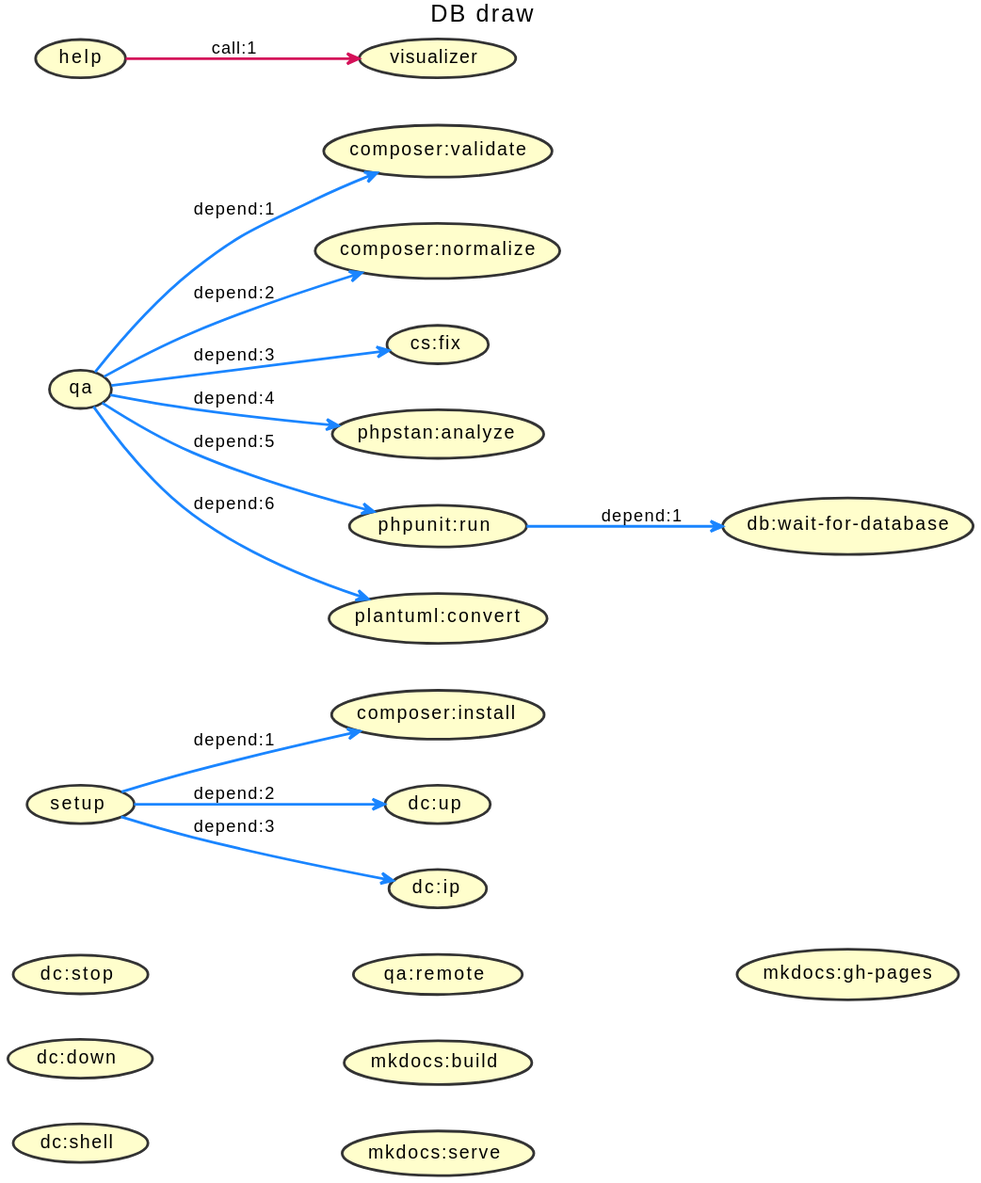
The PlantUML diagram images/build.svg in jawira/db-draw, before a commit. Its diagram source:
```plantuml
@startuml
title
DB draw
end title

left to right direction

skinparam Shadowing false
skinparam ArrowFontColor Black
skinparam ArrowThickness 2
skinparam UseCaseBackgroundColor #FFFECC
skinparam UseCaseBorderColor #333333
skinparam UseCaseBorderThickness 2
skinparam UseCaseFontColor Black


(setup) -[#1A85FF]-> (composer:install) : depend:1
(setup) -[#1A85FF]-> (dc:up) : depend:2
(setup) -[#1A85FF]-> (dc:ip) : depend:3
(qa) -[#1A85FF]-> (composer:validate) : depend:1
(qa) -[#1A85FF]-> (composer:normalize) : depend:2
(qa) -[#1A85FF]-> (cs:fix) : depend:3
(qa) -[#1A85FF]-> (phpstan:analyze) : depend:4
(qa) -[#1A85FF]-> (phpunit:run) : depend:5
(qa) -[#1A85FF]-> (plantuml:convert) : depend:6
(phpunit:run) -[#1A85FF]-> (db:wait-for-database) : depend:1
(help) -[#D41159]-> (visualizer) : call:1
(setup)
(qa)
(dc:up)
(dc:stop)
(dc:down)
(dc:ip)
(dc:shell)
(qa:remote)
(phpstan:analyze)
(composer:validate)
(composer:normalize)
(composer:install)
(plantuml:convert)
(phpunit:run)
(db:wait-for-database)
(help)
(visualizer)
(cs:fix)
(mkdocs:build)
(mkdocs:serve)
(mkdocs:gh-pages)
@enduml
```
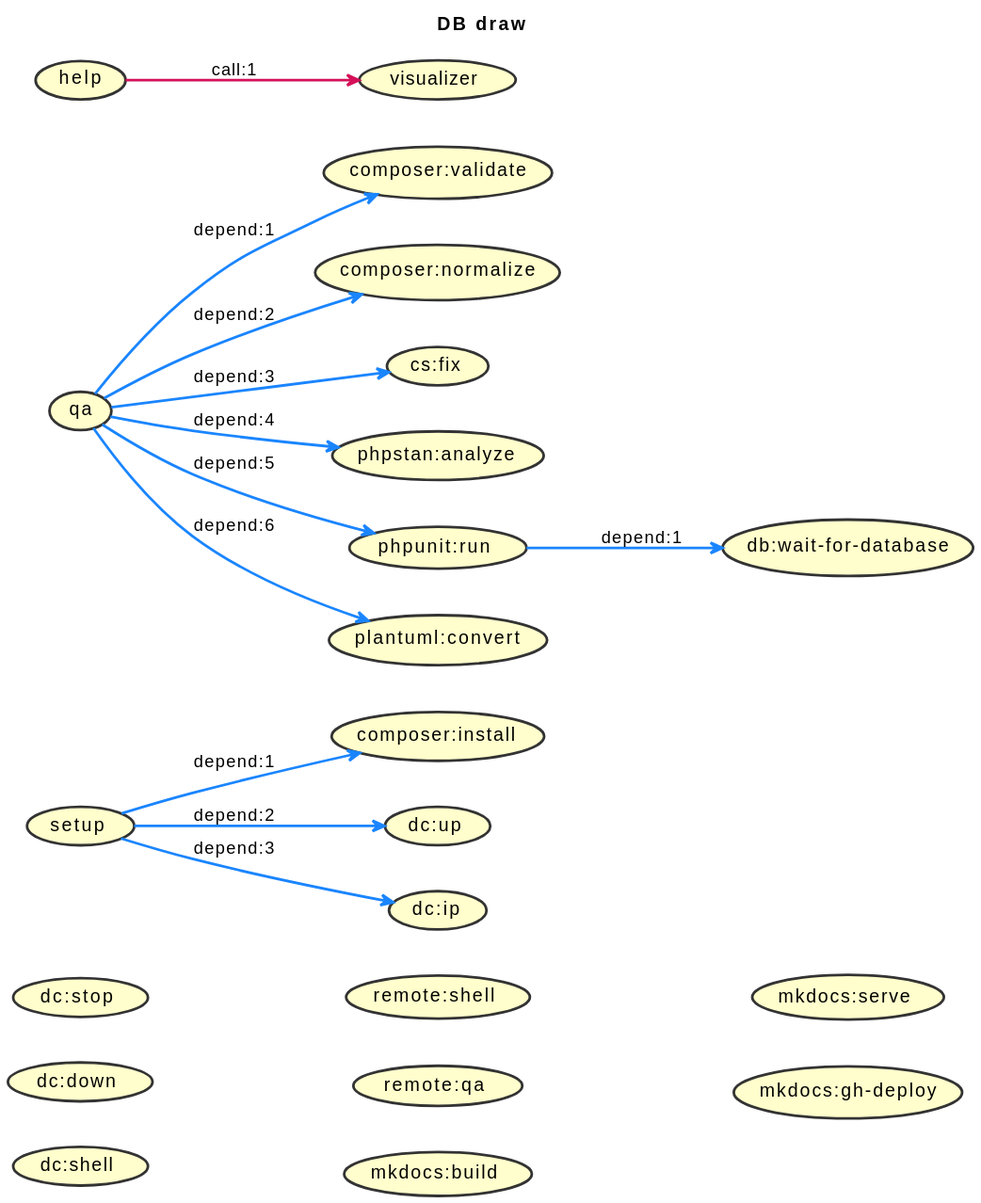
Later version of the same file.

The edit, as a diff of the source:
```diff
@@ -32,7 +32,8 @@
 (dc:down)
 (dc:ip)
 (dc:shell)
-(qa:remote)
+(remote:shell)
+(remote:qa)
 (phpstan:analyze)
 (composer:validate)
 (composer:normalize)
@@ -45,5 +46,5 @@
 (cs:fix)
 (mkdocs:build)
 (mkdocs:serve)
-(mkdocs:gh-pages)
+(mkdocs:gh-deploy)
 @enduml
```
